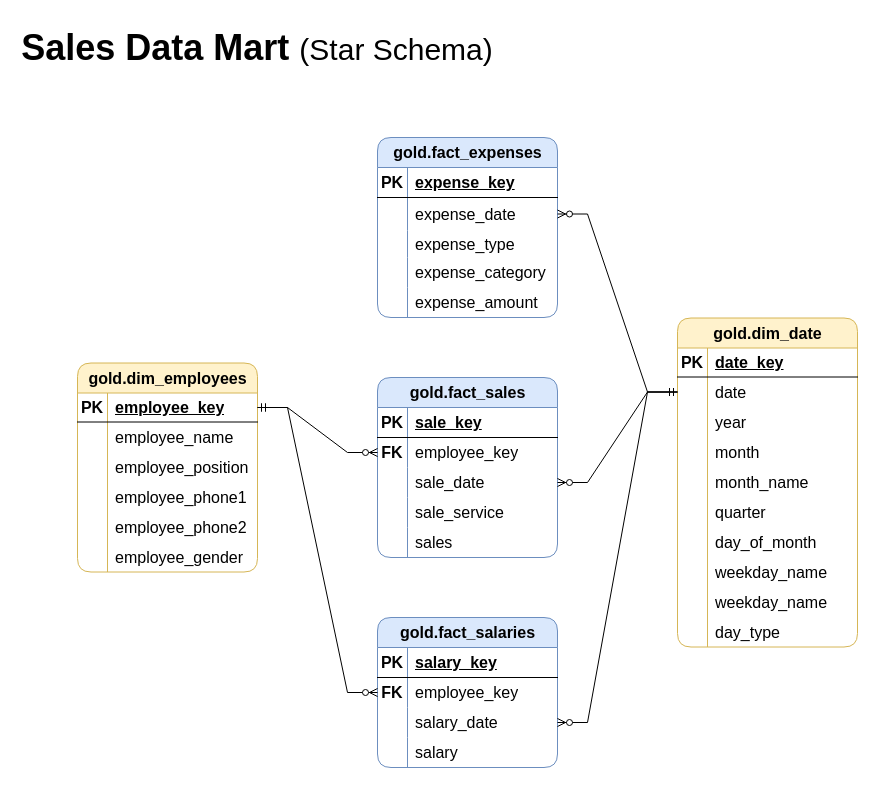
Above: Data Engineer Projects/Sales Data Warehouse/docs/Data Mart (Star Schema).drawio in marthag0311/Projects (draw.io), before the change. Source tidied: cells renumbered, new cells numbered last; positions are measured from the earlier drawing's top-left corner, leaving out a move shared by most shapes. Both pictures are drawn from the tidied source at 100%, with x=0, y=0 at pixel (17, 17).
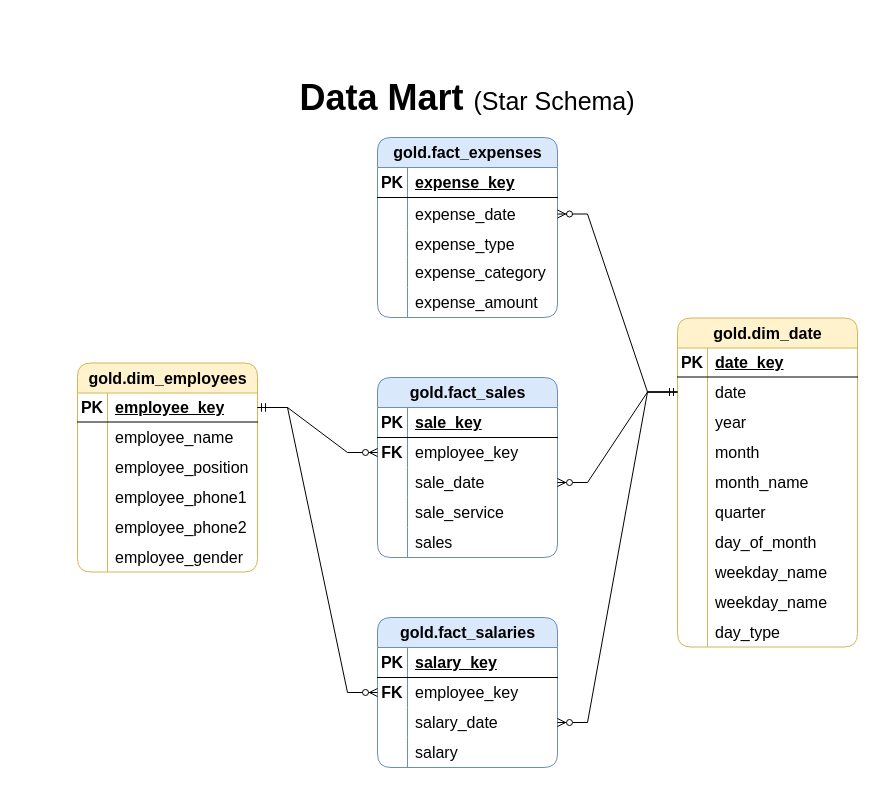
After the change.

Diff of the diagram source:
```diff
@@
-    <mxCell id="21" value="&lt;font style=&quot;&quot;&gt;&lt;b style=&quot;font-size: 36px;&quot;&gt;Sales Data Mart &lt;/b&gt;&lt;font style=&quot;font-size: 30px;&quot;&gt;(Star Schema)&lt;/font&gt;&lt;/font&gt;" style="text;html=1;align=center;verticalAlign=middle;whiteSpace=wrap;rounded=0;" parent="1" vertex="1">
-      <mxGeometry width="480" height="60" as="geometry" />
+    <mxCell id="21" value="&lt;font style=&quot;&quot;&gt;&lt;b style=&quot;font-size: 36px;&quot;&gt;Data Mart &lt;/b&gt;&lt;font style=&quot;font-size: 25px;&quot;&gt;(Star Schema)&lt;/font&gt;&lt;/font&gt;" style="text;html=1;align=center;verticalAlign=middle;whiteSpace=wrap;rounded=0;" parent="1" vertex="1">
+      <mxGeometry x="280" y="50" width="340" height="60" as="geometry" />
     </mxCell>
```
